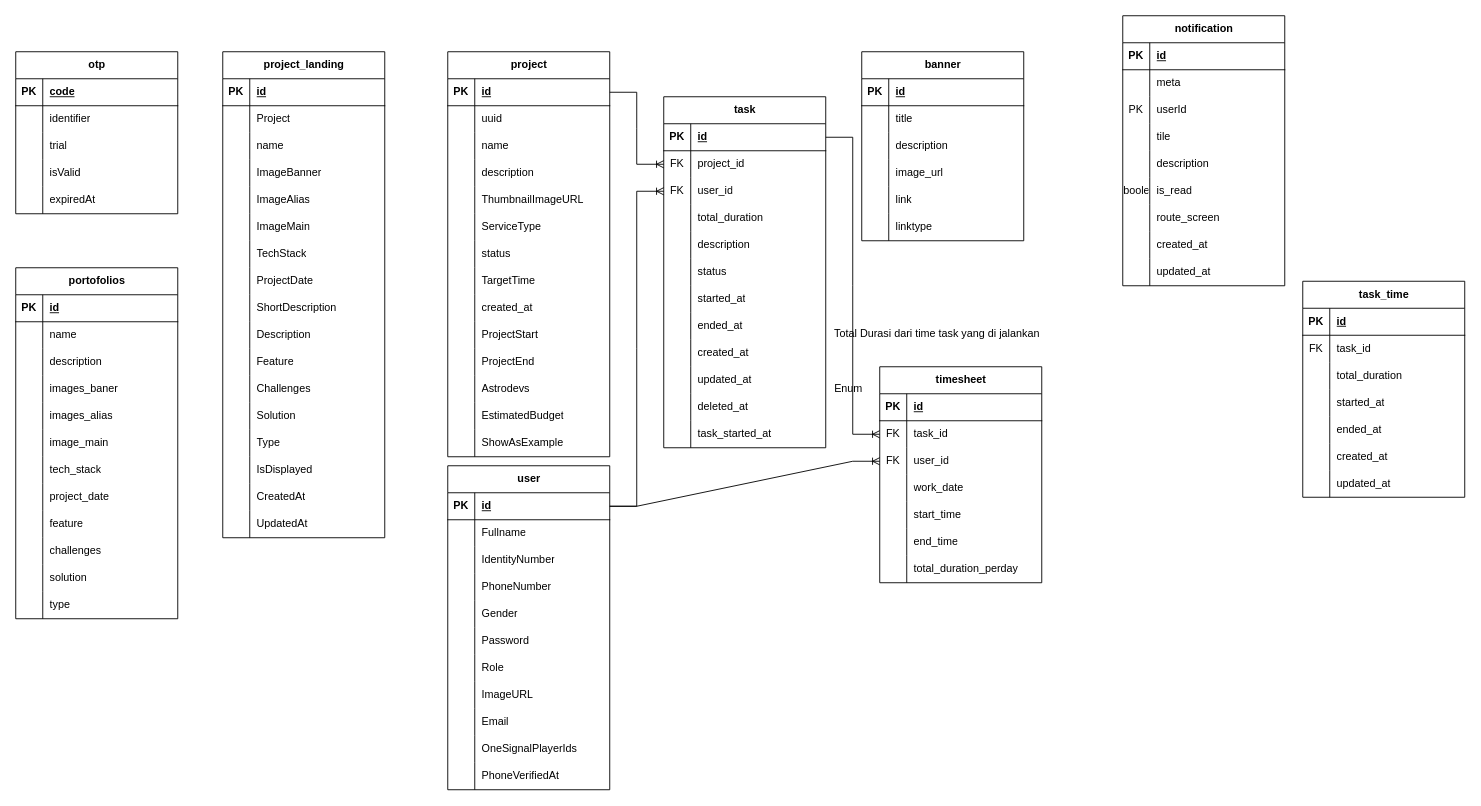
Before: starspace/db_codespacex.drawio in DemoNicky/technical-test, a draw.io diagram. Source tidied: cells renumbered, new cells numbered last; positions are measured from the earlier drawing's top-left corner, leaving out a move shared by most shapes. Both pictures are drawn from the tidied source at 90%, with x=0, y=0 at pixel (15, 15).
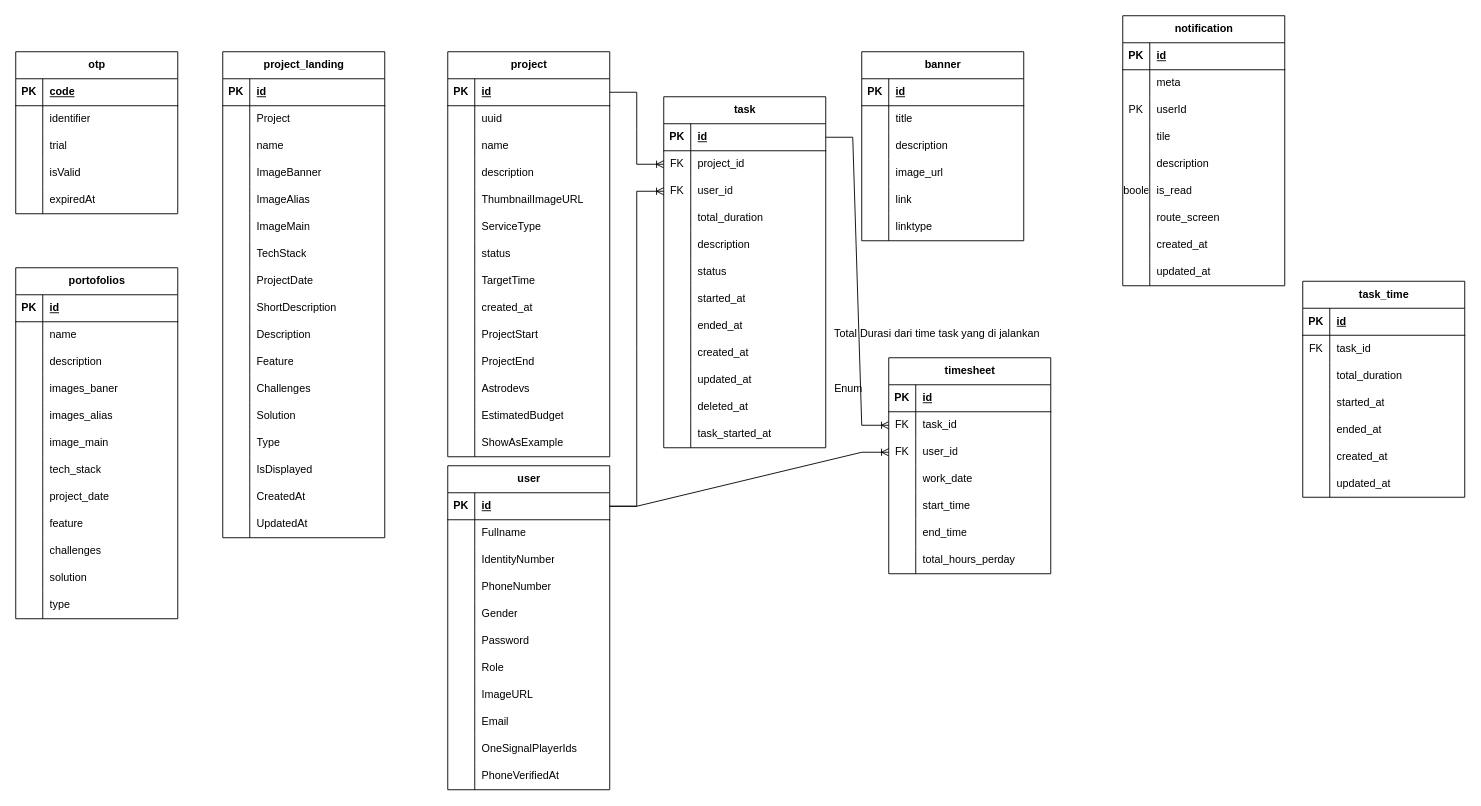
Above is the later version.

Unchanged cells that the change refers to:
```xml
<mxCell id="313" style="shape=tableRow;horizontal=0;startSize=0;swimlaneHead=0;swimlaneBody=0;fillColor=none;top=0;left=0;right=0;bottom=0;" parent="294" vertex="1">
  <mxGeometry y="210" width="180" height="30" as="geometry" />
</mxCell>
```

Diff of the diagram source:
```diff
@@
     <mxCell id="294" value="timesheet" style="shape=table;startSize=30;childLayout=tableLayout;rowLines=0;fontStyle=1;align=center;html=1;" parent="1" vertex="1">
-      <mxGeometry x="960" y="390" width="180" height="240" as="geometry" />
+      <mxGeometry x="970" y="380" width="180" height="240" as="geometry" />
     </mxCell>
@@
-    <mxCell id="315" value="total_duration_perday" style="shape=partialRectangle;fillColor=none;top=0;left=0;bottom=0;right=0;align=left;spacingLeft=6;overflow=hidden;whiteSpace=wrap;html=1;" parent="313" vertex="1">
+    <mxCell id="315" value="total_hours&lt;span style=&quot;background-color: transparent; color: light-dark(rgb(0, 0, 0), rgb(255, 255, 255));&quot;&gt;_perday&lt;/span&gt;" style="shape=partialRectangle;fillColor=none;top=0;left=0;bottom=0;right=0;align=left;spacingLeft=6;overflow=hidden;whiteSpace=wrap;html=1;" parent="313" vertex="1">
       <mxGeometry x="30" width="150" height="30" as="geometry" />
     </mxCell>
```
